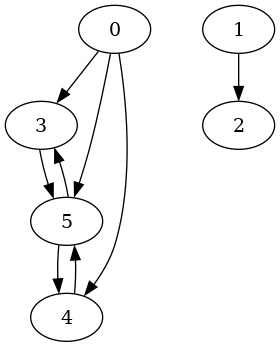
Before: routing_graph.png, a diagram exported from Graphviz (XushengLuo92/Hierarchical-LTL). Its source is kept beside it as routing_graph.dot.
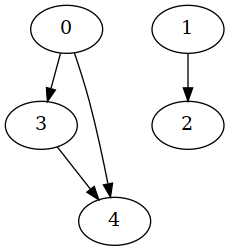
After the commit.

Diff of the diagram source:
```diff
@@ -1,17 +1,12 @@
 strict digraph "" {
 	graph [type=routing_graph];
 	0	[location_type_component_task_element="['r1', 1, 1, -1]"];
-	3	[location_type_component_task_element="['p3', 1, 1, 'p100', 2]"];
+	3	[location_type_component_task_element="['p2', 1, 1, 'p100', 1]"];
 	0 -> 3	[weight=10];
-	4	[location_type_component_task_element="['p4', 1, 1, 'p200', 1]"];
+	4	[location_type_component_task_element="['p4', 1, 1, 'p100', 2]"];
 	0 -> 4	[weight=10];
-	5	[location_type_component_task_element="['p5', 1, 1, 'p300', 1]"];
-	0 -> 5	[weight=10];
 	1	[location_type_component_task_element="['r2', 2, 1, -1]"];
-	2	[location_type_component_task_element="['p2', 2, 1, 'p100', 1]"];
+	2	[location_type_component_task_element="['p1', 2, 1, 'p0', 2]"];
 	1 -> 2	[weight=10];
-	3 -> 5	[weight=10];
-	4 -> 5	[weight=10];
-	5 -> 3	[weight=10];
-	5 -> 4	[weight=10];
+	3 -> 4	[weight=1];
 }
```
